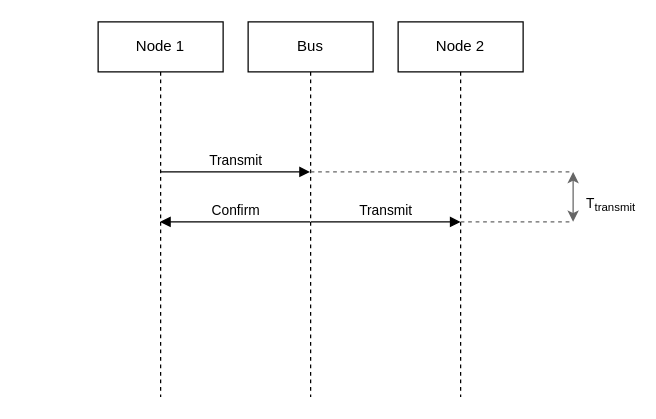
Above: docs/images/ethernet_transmit.drawio in modelica/fmi-ls-bus (draw.io), before the change. Source tidied: cells renumbered, new cells numbered last; positions are measured from the earlier drawing's top-left corner, leaving out a move shared by most shapes. Both pictures are drawn from the tidied source at 125%, with x=0, y=0 at pixel (98, 21).
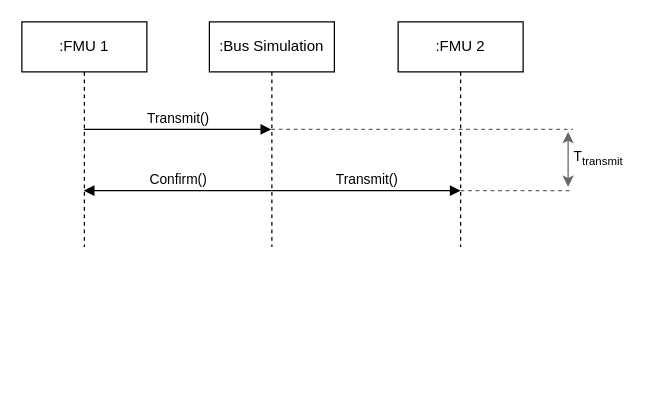
Above is the later version.

Commit message (it also covers changes not shown here):
Fixed some ethernet images and typos

Change to the diagram source:
```diff
@@
 <mxGraphModel background="#ffffff">
   <root>
     <mxCell id="0" />
     <mxCell id="1" parent="0" />
-    <mxCell id="2" value="Node 1" style="shape=umlLifeline;perimeter=lifelinePerimeter;whiteSpace=wrap;html=1;outlineConnect=0;portConstraint=eastwest;newEdgeStyle={&quot;edgeStyle&quot;:&quot;elbowEdgeStyle&quot;,&quot;elbow&quot;:&quot;vertical&quot;,&quot;curved&quot;:0,&quot;rounded&quot;:0};" parent="1" vertex="1">
-      <mxGeometry width="100" height="300" as="geometry" />
+    <mxCell id="2" value=":FMU 1" style="shape=umlLifeline;perimeter=lifelinePerimeter;whiteSpace=wrap;html=1;outlineConnect=0;portConstraint=eastwest;newEdgeStyle={&quot;edgeStyle&quot;:&quot;elbowEdgeStyle&quot;,&quot;elbow&quot;:&quot;vertical&quot;,&quot;curved&quot;:0,&quot;rounded&quot;:0};" parent="1" vertex="1">
+      <mxGeometry x="-61" width="100" height="180" as="geometry" />
     </mxCell>
-    <mxCell id="3" value="Bus" style="shape=umlLifeline;perimeter=lifelinePerimeter;whiteSpace=wrap;html=1;outlineConnect=0;portConstraint=eastwest;newEdgeStyle={&quot;edgeStyle&quot;:&quot;elbowEdgeStyle&quot;,&quot;elbow&quot;:&quot;vertical&quot;,&quot;curved&quot;:0,&quot;rounded&quot;:0};" parent="1" vertex="1">
-      <mxGeometry x="120" width="100" height="300" as="geometry" />
+    <mxCell id="3" value=":Bus Simulation" style="shape=umlLifeline;perimeter=lifelinePerimeter;whiteSpace=wrap;html=1;outlineConnect=0;portConstraint=eastwest;newEdgeStyle={&quot;edgeStyle&quot;:&quot;elbowEdgeStyle&quot;,&quot;elbow&quot;:&quot;vertical&quot;,&quot;curved&quot;:0,&quot;rounded&quot;:0};" parent="1" vertex="1">
+      <mxGeometry x="89" width="100" height="180" as="geometry" />
     </mxCell>
-    <mxCell id="4" value="Node 2" style="shape=umlLifeline;perimeter=lifelinePerimeter;whiteSpace=wrap;html=1;newEdgeStyle={&quot;edgeStyle&quot;:&quot;elbowEdgeStyle&quot;,&quot;elbow&quot;:&quot;vertical&quot;,&quot;curved&quot;:0,&quot;rounded&quot;:0};" parent="1" vertex="1">
-      <mxGeometry x="240" width="100" height="300" as="geometry" />
+    <mxCell id="4" value=":FMU 2" style="shape=umlLifeline;perimeter=lifelinePerimeter;whiteSpace=wrap;html=1;newEdgeStyle={&quot;edgeStyle&quot;:&quot;elbowEdgeStyle&quot;,&quot;elbow&quot;:&quot;vertical&quot;,&quot;curved&quot;:0,&quot;rounded&quot;:0};" parent="1" vertex="1">
+      <mxGeometry x="240" width="100" height="180" as="geometry" />
     </mxCell>
-    <mxCell id="5" value="Transmit" style="html=1;verticalAlign=bottom;endArrow=block;edgeStyle=elbowEdgeStyle;elbow=vertical;curved=0;rounded=0;" parent="1" edge="1" target="3">
+    <mxCell id="5" value="Transmit()" style="html=1;verticalAlign=bottom;endArrow=block;edgeStyle=elbowEdgeStyle;elbow=vertical;curved=0;rounded=0;" parent="1" edge="1" source="2">
       <mxGeometry relative="1" as="geometry">
-        <mxPoint x="50" y="120" as="sourcePoint" />
+        <mxPoint x="138.5" y="86" as="targetPoint" />
       </mxGeometry>
     </mxCell>
-    <mxCell id="6" value="Transmit" style="html=1;verticalAlign=bottom;endArrow=block;edgeStyle=elbowEdgeStyle;elbow=vertical;curved=0;rounded=0;" parent="1" edge="1">
+    <mxCell id="6" value="Transmit()" style="html=1;verticalAlign=bottom;endArrow=block;edgeStyle=elbowEdgeStyle;elbow=vertical;curved=0;rounded=0;" parent="1" edge="1" source="3">
       <mxGeometry relative="1" as="geometry">
-        <mxPoint x="170" y="160" as="sourcePoint" />
-        <mxPoint x="290" y="160" as="targetPoint" />
+        <mxPoint x="290" y="135" as="targetPoint" />
       </mxGeometry>
     </mxCell>
-    <mxCell id="7" value="Confirm" style="html=1;verticalAlign=bottom;endArrow=block;edgeStyle=elbowEdgeStyle;elbow=vertical;curved=0;rounded=0;" parent="1" edge="1" source="3" target="2">
+    <mxCell id="7" value="Confirm()" style="html=1;verticalAlign=bottom;endArrow=block;edgeStyle=elbowEdgeStyle;elbow=vertical;curved=0;rounded=0;" parent="1" edge="1" target="2">
       <mxGeometry relative="1" as="geometry">
+        <mxPoint x="138.5" y="135" as="sourcePoint" />
         <Array as="points">
-          <mxPoint x="110" y="160" />
+          <mxPoint x="79" y="135" />
         </Array>
       </mxGeometry>
     </mxCell>
     <mxCell id="8" value="T&lt;sub&gt;transmit&lt;/sub&gt;" style="endArrow=classic;startArrow=classic;html=1;rounded=0;fillColor=#f5f5f5;strokeColor=#666666;" parent="1" edge="1">
-      <mxGeometry x="-0.33" y="-30" relative="1" as="geometry">
-        <mxPoint x="380" y="160" as="sourcePoint" />
-        <mxPoint x="380" y="120" as="targetPoint" />
+      <mxGeometry y="-24" relative="1" as="geometry">
+        <mxPoint x="376" y="132" as="sourcePoint" />
+        <mxPoint x="376" y="88" as="targetPoint" />
       </mxGeometry>
     </mxCell>
-    <mxCell id="9" style="endArrow=none;dashed=1;html=1;rounded=0;fillColor=#f5f5f5;strokeColor=#666666;" parent="1" edge="1">
+    <mxCell id="9" style="endArrow=none;dashed=1;html=1;rounded=0;fillColor=#f5f5f5;strokeColor=#666666;" parent="1" edge="1" source="3">
       <mxGeometry relative="1" as="geometry">
-        <mxPoint x="170" y="120" as="sourcePoint" />
-        <mxPoint x="380" y="120" as="targetPoint" />
+        <mxPoint x="380" y="86" as="targetPoint" />
       </mxGeometry>
     </mxCell>
     <mxCell id="10" style="endArrow=none;dashed=1;html=1;rounded=0;fillColor=#f5f5f5;strokeColor=#666666;" parent="1" edge="1">
       <mxGeometry relative="1" as="geometry">
-        <mxPoint x="290" y="160" as="sourcePoint" />
-        <mxPoint x="380" y="160" as="targetPoint" />
+        <mxPoint x="290" y="135" as="sourcePoint" />
+        <mxPoint x="380" y="135" as="targetPoint" />
       </mxGeometry>
     </mxCell>
   </root>
 </mxGraphModel>
```
